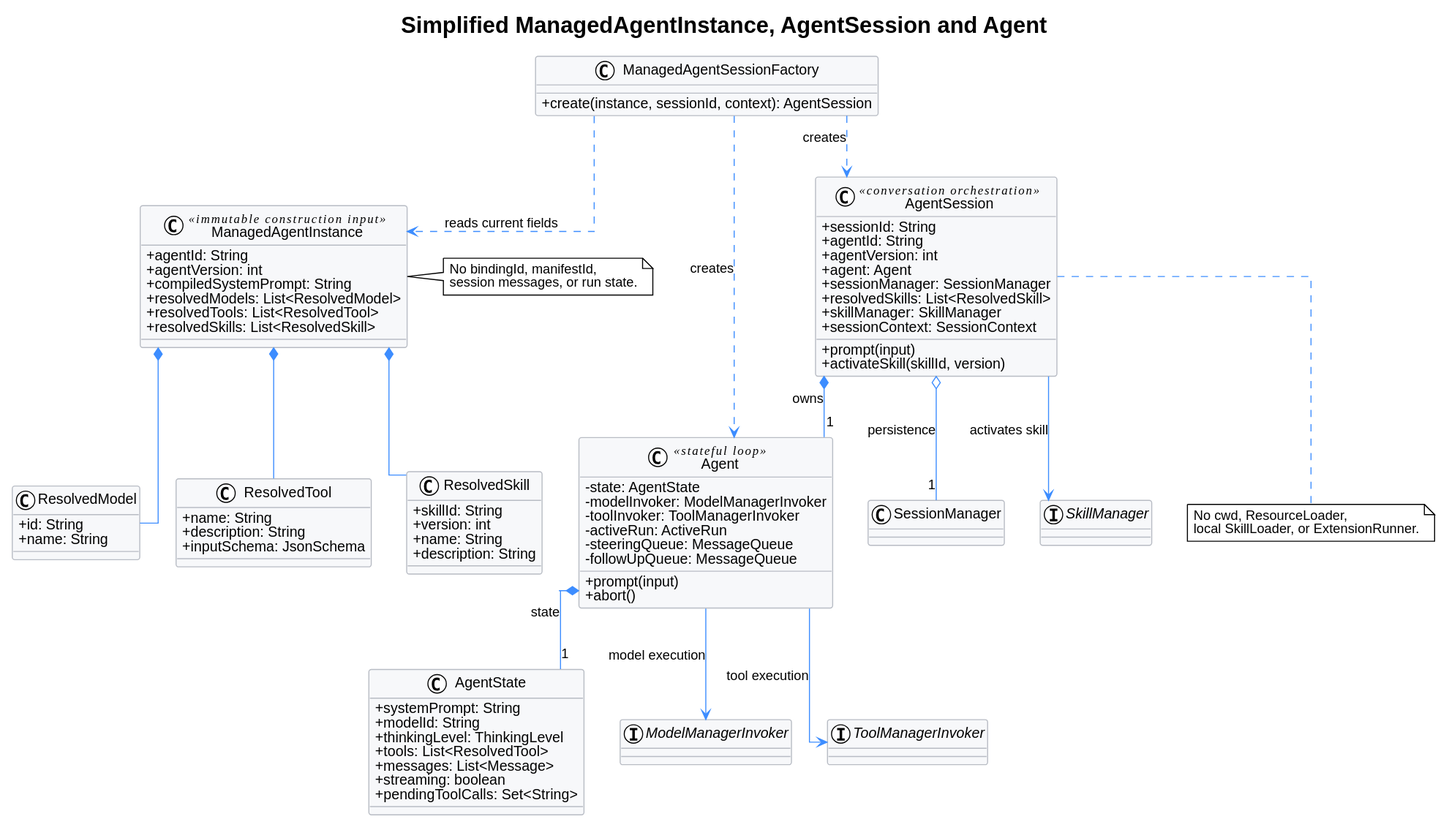
This is managed-agent-session/simplified_managed_agent_class.svg from superheromeZzh/pi-mono-java-design, a PlantUML export, as it was before one commit. Source of this version:
```plantuml
@startuml
!theme plain
top to bottom direction
skinparam backgroundColor white
skinparam defaultFontName Helvetica
skinparam shadowing false
skinparam linetype ortho
skinparam ArrowColor #3D8DFF
skinparam classBorderColor #B8BCC4
skinparam classBackgroundColor #F7F8FA
skinparam interfaceBorderColor #B8BCC4
skinparam interfaceBackgroundColor #EAF5FB
skinparam classAttributeIconSize 0

title Simplified ManagedAgentInstance, AgentSession and Agent

class ManagedAgentInstance <<immutable construction input>> {
  +agentId: String
  +agentVersion: int
  +compiledSystemPrompt: String
  +resolvedModels: List<ResolvedModel>
  +resolvedTools: List<ResolvedTool>
  +resolvedSkills: List<ResolvedSkill>
}

class ResolvedModel {
  +id: String
  +name: String
}

class ResolvedTool {
  +name: String
  +description: String
  +inputSchema: JsonSchema
}

class ResolvedSkill {
  +skillId: String
  +version: int
  +name: String
  +description: String
}

class ManagedAgentSessionFactory {
  +create(instance, sessionId, context): AgentSession
}

class AgentSession <<conversation orchestration>> {
  +sessionId: String
  +agentId: String
  +agentVersion: int
  +agent: Agent
  +sessionManager: SessionManager
  +resolvedSkills: List<ResolvedSkill>
  +skillManager: SkillManager
  +sessionContext: SessionContext
  +prompt(input)
  +activateSkill(skillId, version)
}

class Agent <<stateful loop>> {
  -state: AgentState
  -modelInvoker: ModelManagerInvoker
  -toolInvoker: ToolManagerInvoker
  -activeRun: ActiveRun
  -steeringQueue: MessageQueue
  -followUpQueue: MessageQueue
  +prompt(input)
  +abort()
}

class AgentState {
  +systemPrompt: String
  +modelId: String
  +thinkingLevel: ThinkingLevel
  +tools: List<ResolvedTool>
  +messages: List<Message>
  +streaming: boolean
  +pendingToolCalls: Set<String>
}

class SessionManager
interface ModelManagerInvoker
interface ToolManagerInvoker
interface SkillManager

ManagedAgentInstance *-- ResolvedModel
ManagedAgentInstance *-- ResolvedTool
ManagedAgentInstance *-- ResolvedSkill
ManagedAgentSessionFactory ..> ManagedAgentInstance : reads current fields
ManagedAgentSessionFactory ..> Agent : creates
ManagedAgentSessionFactory ..> AgentSession : creates
AgentSession *-- "1" Agent : owns
AgentSession o-- "1" SessionManager : persistence
AgentSession --> SkillManager : activates skill
Agent *-- "1" AgentState : state
Agent --> ModelManagerInvoker : model execution
Agent --> ToolManagerInvoker : tool execution

note right of ManagedAgentInstance
  No bindingId, manifestId,
  session messages, or run state.
end note

note bottom of AgentSession
  No cwd, ResourceLoader,
  local SkillLoader, or ExtensionRunner.
end note
@enduml
```
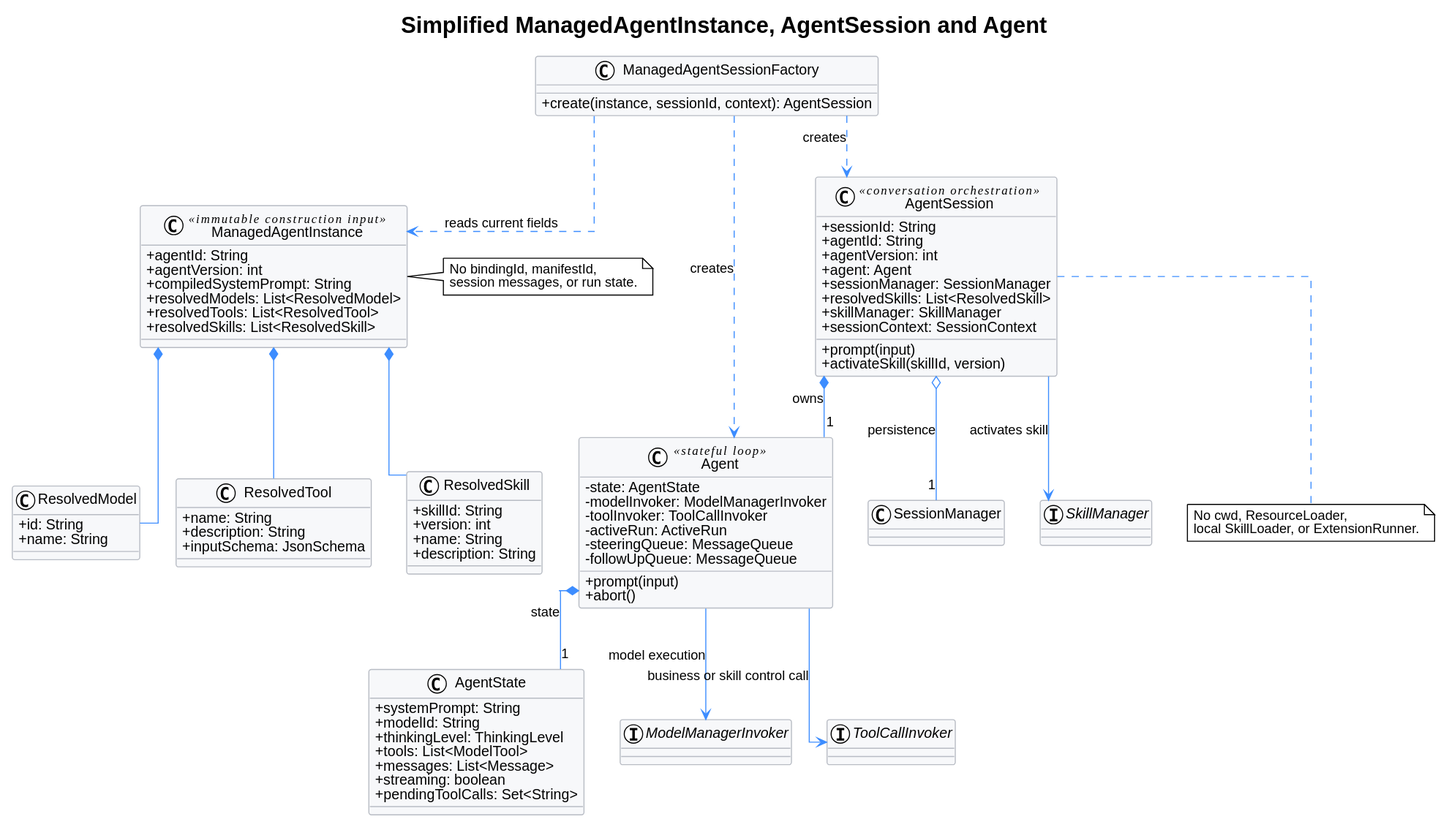
The same file after the commit.

Commit message:
docs(agent): compare tool and skill loading flows

The edit, as a diff of the source:
```diff
@@ -61,7 +61,7 @@
 class Agent <<stateful loop>> {
   -state: AgentState
   -modelInvoker: ModelManagerInvoker
-  -toolInvoker: ToolManagerInvoker
+  -toolInvoker: ToolCallInvoker
   -activeRun: ActiveRun
   -steeringQueue: MessageQueue
   -followUpQueue: MessageQueue
@@ -73,7 +73,7 @@
   +systemPrompt: String
   +modelId: String
   +thinkingLevel: ThinkingLevel
-  +tools: List<ResolvedTool>
+  +tools: List<ModelTool>
   +messages: List<Message>
   +streaming: boolean
   +pendingToolCalls: Set<String>
@@ -81,7 +81,7 @@
 
 class SessionManager
 interface ModelManagerInvoker
-interface ToolManagerInvoker
+interface ToolCallInvoker
 interface SkillManager
 
 ManagedAgentInstance *-- ResolvedModel
@@ -95,7 +95,7 @@
 AgentSession --> SkillManager : activates skill
 Agent *-- "1" AgentState : state
 Agent --> ModelManagerInvoker : model execution
-Agent --> ToolManagerInvoker : tool execution
+Agent --> ToolCallInvoker : business or skill control call
 
 note right of ManagedAgentInstance
   No bindingId, manifestId,
```
